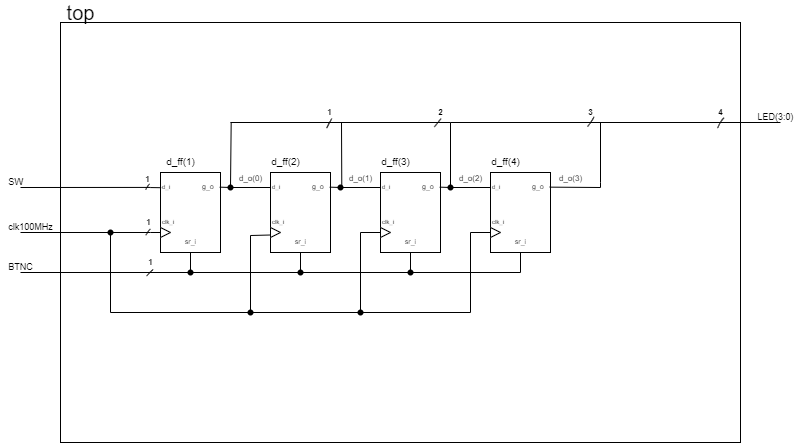
The draw.io diagram labs/05-ffs/images/top.png in Marxs31/digital-electronics-1, before a commit. Source tidied: cells renumbered, new cells last; positions are measured from the earlier drawing's top-left corner, leaving out a move shared by most shapes.
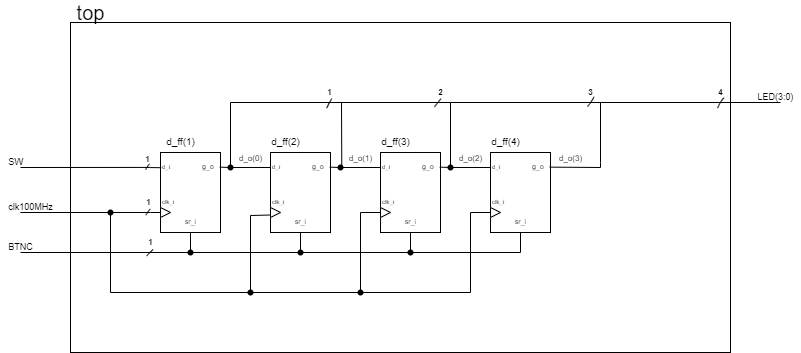
After the commit.

Change to the diagram source:
```diff
@@ -3,7 +3,7 @@
     <mxCell id="0" />
     <mxCell id="1" parent="0" />
     <mxCell id="2" style="rounded=0;whiteSpace=wrap;html=1;" parent="1" vertex="1">
-      <mxGeometry x="60" y="20" width="680" height="420" as="geometry" />
+      <mxGeometry x="70" y="40" width="660" height="330" as="geometry" />
     </mxCell>
     <mxCell id="3" style="rounded=0;whiteSpace=wrap;html=1;" parent="1" vertex="1">
       <mxGeometry x="160" y="170" width="60" height="80" as="geometry" />
@@ -55,7 +55,7 @@
       <mxGeometry x="200" y="180" width="30" height="10" as="geometry" />
     </mxCell>
     <mxCell id="16" value="&lt;font style=&quot;font-size: 20px&quot;&gt;top&lt;/font&gt;" style="text;html=1;align=center;verticalAlign=middle;strokeColor=none;fillColor=none;fontSize=7;" parent="1" vertex="1">
-      <mxGeometry x="60" width="40" height="20" as="geometry" />
+      <mxGeometry x="70" y="20" width="40" height="20" as="geometry" />
     </mxCell>
     <mxCell id="17" value="&lt;font style=&quot;font-size: 10px&quot;&gt;d_ff(1)&lt;/font&gt;" style="text;html=1;align=center;verticalAlign=middle;strokeColor=none;fillColor=none;fontSize=20;" parent="1" vertex="1">
       <mxGeometry x="160" y="140" width="40" height="30" as="geometry" />
@@ -209,9 +209,10 @@
     <mxCell id="52" style="shape=waypoint;sketch=0;fillStyle=solid;size=6;fillColor=none;perimeter=centerPerimeter;fontSize=10;" parent="1" vertex="1">
       <mxGeometry x="340" y="290" width="40" height="40" as="geometry" />
     </mxCell>
-    <mxCell id="53" style="endArrow=none;html=1;rounded=0;fontSize=10;entryX=0.251;entryY=0.238;entryDx=0;entryDy=0;entryPerimeter=0;" parent="1" edge="1" target="2">
+    <mxCell id="53" style="endArrow=none;html=1;rounded=0;fontSize=10;" parent="1" edge="1">
       <mxGeometry relative="1" as="geometry">
         <mxPoint x="230" y="185" as="sourcePoint" />
+        <mxPoint x="230" y="120" as="targetPoint" />
       </mxGeometry>
     </mxCell>
     <mxCell id="54" style="endArrow=none;html=1;rounded=0;fontSize=10;" parent="1" edge="1">
```
